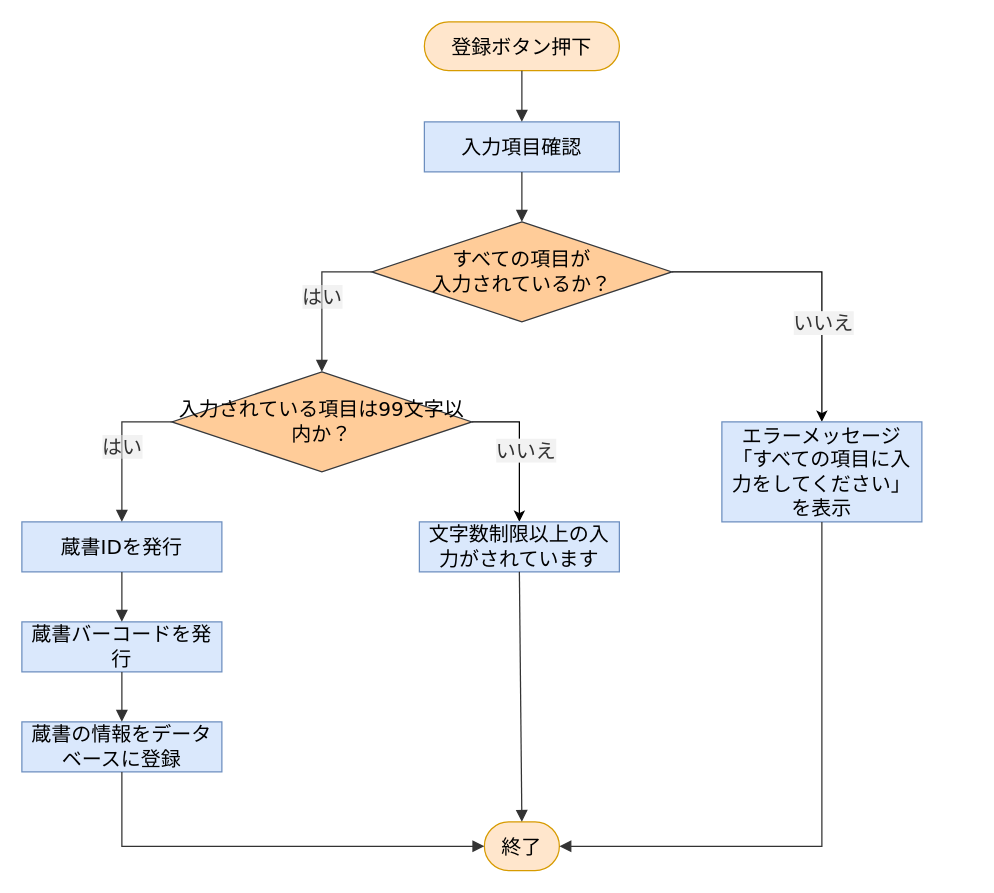
This is 詳細設計書/7班/flowchart/蔵書登録.drawio from rs002421-creator/-, a draw.io file, before an edit. Source tidied: cells renumbered, new cells numbered last; positions are measured from the earlier drawing's top-left corner, leaving out a move shared by most shapes. Both pictures are drawn from the tidied source at 125%, with x=0, y=0 at pixel (21, 21).
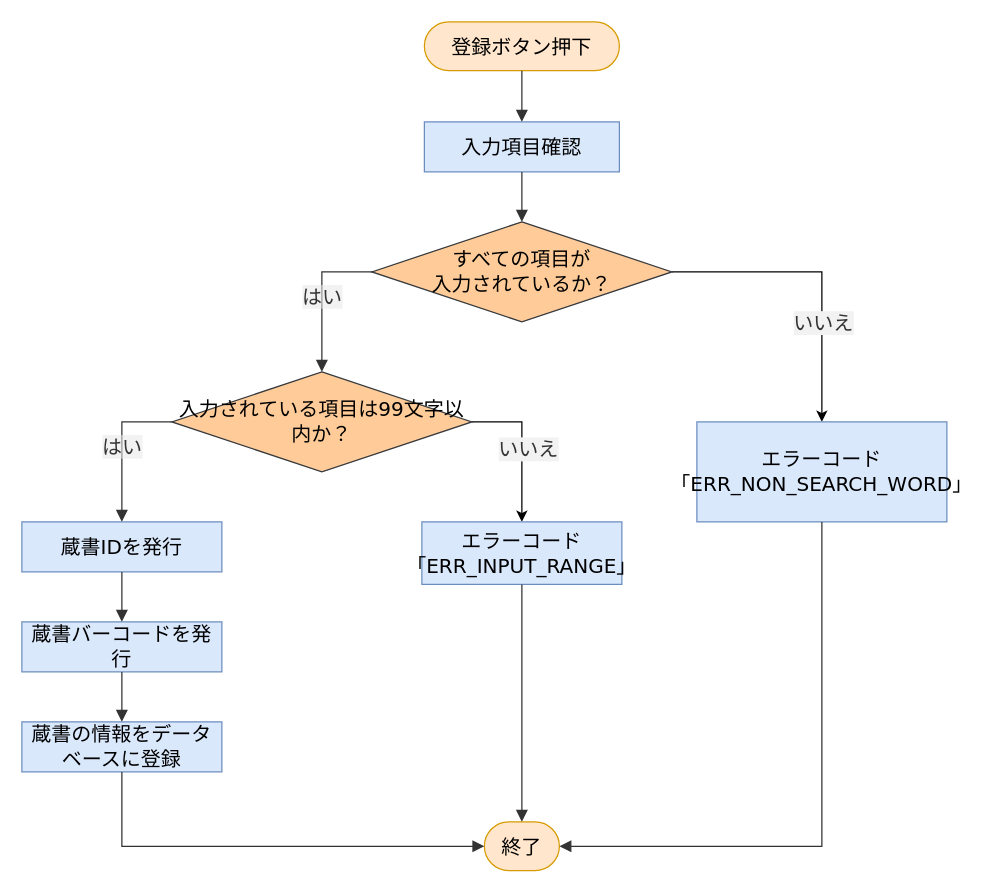
The same diagram, later.

What changed in the source:
```diff
@@
-    <mxCell id="10" value="エラーメッセージ「すべての項目に入力をしてください」を表示" style="html=1;whiteSpace=wrap;strokeWidth=1;fillColor=#dae8fc;strokeColor=#6c8ebf;fontFamily=Trebuchet MS,Verdana,Arial,sans-serif;fontSize=16;" parent="1" vertex="1">
-      <mxGeometry x="560" y="320" width="160" height="80" as="geometry" />
+    <mxCell id="10" value="エラーコード「ERR_NON_SEARCH_WORD」" style="html=1;whiteSpace=wrap;strokeWidth=1;fillColor=#dae8fc;strokeColor=#6c8ebf;fontFamily=Trebuchet MS,Verdana,Arial,sans-serif;fontSize=16;" parent="1" vertex="1">
+      <mxGeometry x="540" y="320" width="200" height="80" as="geometry" />
     </mxCell>
@@
-    <mxCell id="12" value="文字数制限以上の入力がされています" style="html=1;whiteSpace=wrap;strokeWidth=1;fillColor=#dae8fc;strokeColor=#6c8ebf;fontFamily=Trebuchet MS,Verdana,Arial,sans-serif;fontSize=16;" parent="1" vertex="1">
-      <mxGeometry x="318" y="400" width="160" height="40" as="geometry" />
+    <mxCell id="12" value="エラーコード「ERR_INPUT_RANGE」" style="html=1;whiteSpace=wrap;strokeWidth=1;fillColor=#dae8fc;strokeColor=#6c8ebf;fontFamily=Trebuchet MS,Verdana,Arial,sans-serif;fontSize=16;" parent="1" vertex="1">
+      <mxGeometry x="320" y="400" width="160" height="50" as="geometry" />
     </mxCell>
```
